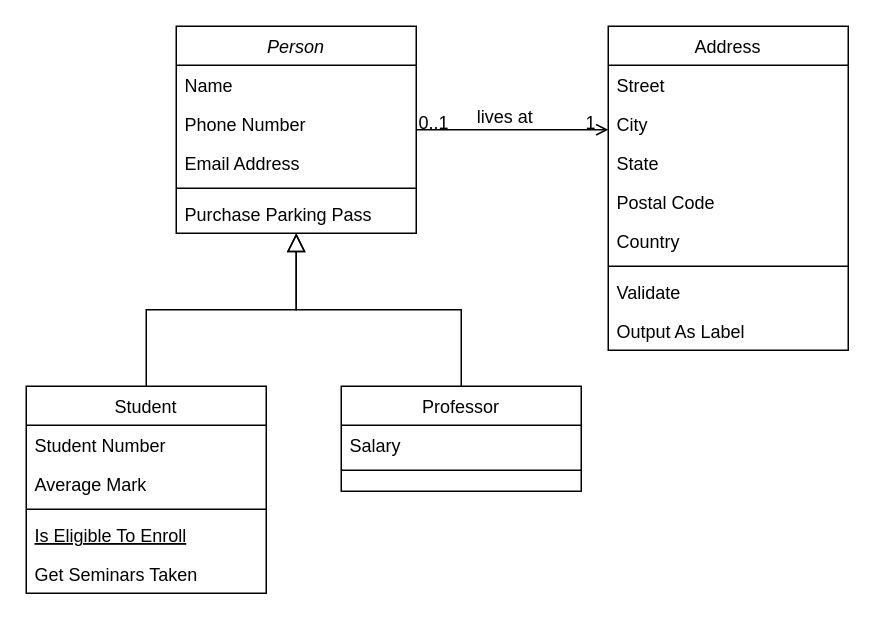
The draw.io diagram Untitled Diagram.drawio in ticorail/inf4163-p1-equipe3, before the edit. Source tidied: cells renumbered, new cells numbered last; positions are measured from the earlier drawing's top-left corner, leaving out a move shared by most shapes. Both pictures are drawn from the tidied source at 150%, with x=0, y=0 at pixel (26, 26).
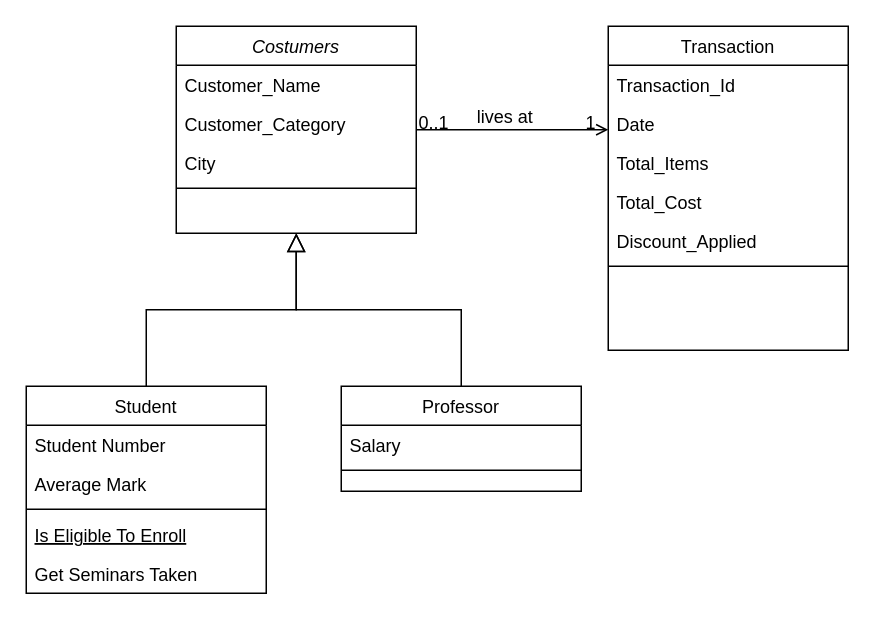
After the change.

Diff of the diagram source:
```diff
@@
-    <mxCell id="2" value="Person" style="swimlane;fontStyle=2;align=center;verticalAlign=top;horizontal=1;startSize=26;rounded=0;shadow=0;strokeWidth=1;" parent="1" vertex="1">
+    <mxCell id="2" value="Costumers" style="swimlane;fontStyle=2;align=center;verticalAlign=top;horizontal=1;startSize=26;rounded=0;shadow=0;strokeWidth=1;" parent="1" vertex="1">
       <mxGeometry x="100" width="160" height="138" as="geometry" />
     </mxCell>
-    <mxCell id="3" value="Name" style="text;align=left;verticalAlign=top;spacingLeft=4;spacingRight=4;overflow=hidden;" parent="2" vertex="1">
+    <mxCell id="3" value="Customer_Name" style="text;align=left;verticalAlign=top;spacingLeft=4;spacingRight=4;overflow=hidden;" parent="2" vertex="1">
       <mxGeometry y="26" width="160" height="26" as="geometry" />
     </mxCell>
-    <mxCell id="4" value="Phone Number" style="text;align=left;verticalAlign=top;spacingLeft=4;spacingRight=4;overflow=hidden;rounded=0;shadow=0;html=0;" parent="2" vertex="1">
+    <mxCell id="4" value="Customer_Category" style="text;align=left;verticalAlign=top;spacingLeft=4;spacingRight=4;overflow=hidden;rounded=0;shadow=0;html=0;" parent="2" vertex="1">
       <mxGeometry y="52" width="160" height="26" as="geometry" />
     </mxCell>
-    <mxCell id="5" value="Email Address" style="text;align=left;verticalAlign=top;spacingLeft=4;spacingRight=4;overflow=hidden;rounded=0;shadow=0;html=0;" parent="2" vertex="1">
+    <mxCell id="5" value="City" style="text;align=left;verticalAlign=top;spacingLeft=4;spacingRight=4;overflow=hidden;rounded=0;shadow=0;html=0;" parent="2" vertex="1">
       <mxGeometry y="78" width="160" height="26" as="geometry" />
     </mxCell>
@@
-    <mxCell id="7" value="Purchase Parking Pass" style="text;align=left;verticalAlign=top;spacingLeft=4;spacingRight=4;overflow=hidden;" parent="2" vertex="1">
-      <mxGeometry y="112" width="160" height="26" as="geometry" />
-    </mxCell>
@@
-    <mxCell id="19" value="Address" style="swimlane;fontStyle=0;align=center;verticalAlign=top;horizontal=1;startSize=26;rounded=0;shadow=0;strokeWidth=1;" parent="1" vertex="1">
+    <mxCell id="19" value="Transaction" style="swimlane;fontStyle=0;align=center;verticalAlign=top;horizontal=1;startSize=26;rounded=0;shadow=0;strokeWidth=1;" parent="1" vertex="1">
       <mxGeometry x="388" width="160" height="216" as="geometry" />
     </mxCell>
-    <mxCell id="20" value="Street" style="text;align=left;verticalAlign=top;spacingLeft=4;spacingRight=4;overflow=hidden;" parent="19" vertex="1">
+    <mxCell id="20" value="Transaction_Id" style="text;align=left;verticalAlign=top;spacingLeft=4;spacingRight=4;overflow=hidden;" parent="19" vertex="1">
       <mxGeometry y="26" width="160" height="26" as="geometry" />
     </mxCell>
-    <mxCell id="21" value="City" style="text;align=left;verticalAlign=top;spacingLeft=4;spacingRight=4;overflow=hidden;rounded=0;shadow=0;html=0;" parent="19" vertex="1">
+    <mxCell id="21" value="Date" style="text;align=left;verticalAlign=top;spacingLeft=4;spacingRight=4;overflow=hidden;rounded=0;shadow=0;html=0;" parent="19" vertex="1">
       <mxGeometry y="52" width="160" height="26" as="geometry" />
     </mxCell>
-    <mxCell id="22" value="State" style="text;align=left;verticalAlign=top;spacingLeft=4;spacingRight=4;overflow=hidden;rounded=0;shadow=0;html=0;" parent="19" vertex="1">
+    <mxCell id="22" value="Total_Items" style="text;align=left;verticalAlign=top;spacingLeft=4;spacingRight=4;overflow=hidden;rounded=0;shadow=0;html=0;" parent="19" vertex="1">
       <mxGeometry y="78" width="160" height="26" as="geometry" />
     </mxCell>
-    <mxCell id="23" value="Postal Code" style="text;align=left;verticalAlign=top;spacingLeft=4;spacingRight=4;overflow=hidden;rounded=0;shadow=0;html=0;" parent="19" vertex="1">
+    <mxCell id="23" value="Total_Cost" style="text;align=left;verticalAlign=top;spacingLeft=4;spacingRight=4;overflow=hidden;rounded=0;shadow=0;html=0;" parent="19" vertex="1">
       <mxGeometry y="104" width="160" height="26" as="geometry" />
     </mxCell>
-    <mxCell id="24" value="Country" style="text;align=left;verticalAlign=top;spacingLeft=4;spacingRight=4;overflow=hidden;rounded=0;shadow=0;html=0;" parent="19" vertex="1">
+    <mxCell id="24" value="Discount_Applied" style="text;align=left;verticalAlign=top;spacingLeft=4;spacingRight=4;overflow=hidden;rounded=0;shadow=0;html=0;" parent="19" vertex="1">
       <mxGeometry y="130" width="160" height="26" as="geometry" />
     </mxCell>
@@
-    <mxCell id="26" value="Validate" style="text;align=left;verticalAlign=top;spacingLeft=4;spacingRight=4;overflow=hidden;" parent="19" vertex="1">
-      <mxGeometry y="164" width="160" height="26" as="geometry" />
-    </mxCell>
-    <mxCell id="27" value="Output As Label" style="text;align=left;verticalAlign=top;spacingLeft=4;spacingRight=4;overflow=hidden;" parent="19" vertex="1">
-      <mxGeometry y="190" width="160" height="26" as="geometry" />
-    </mxCell>
```
